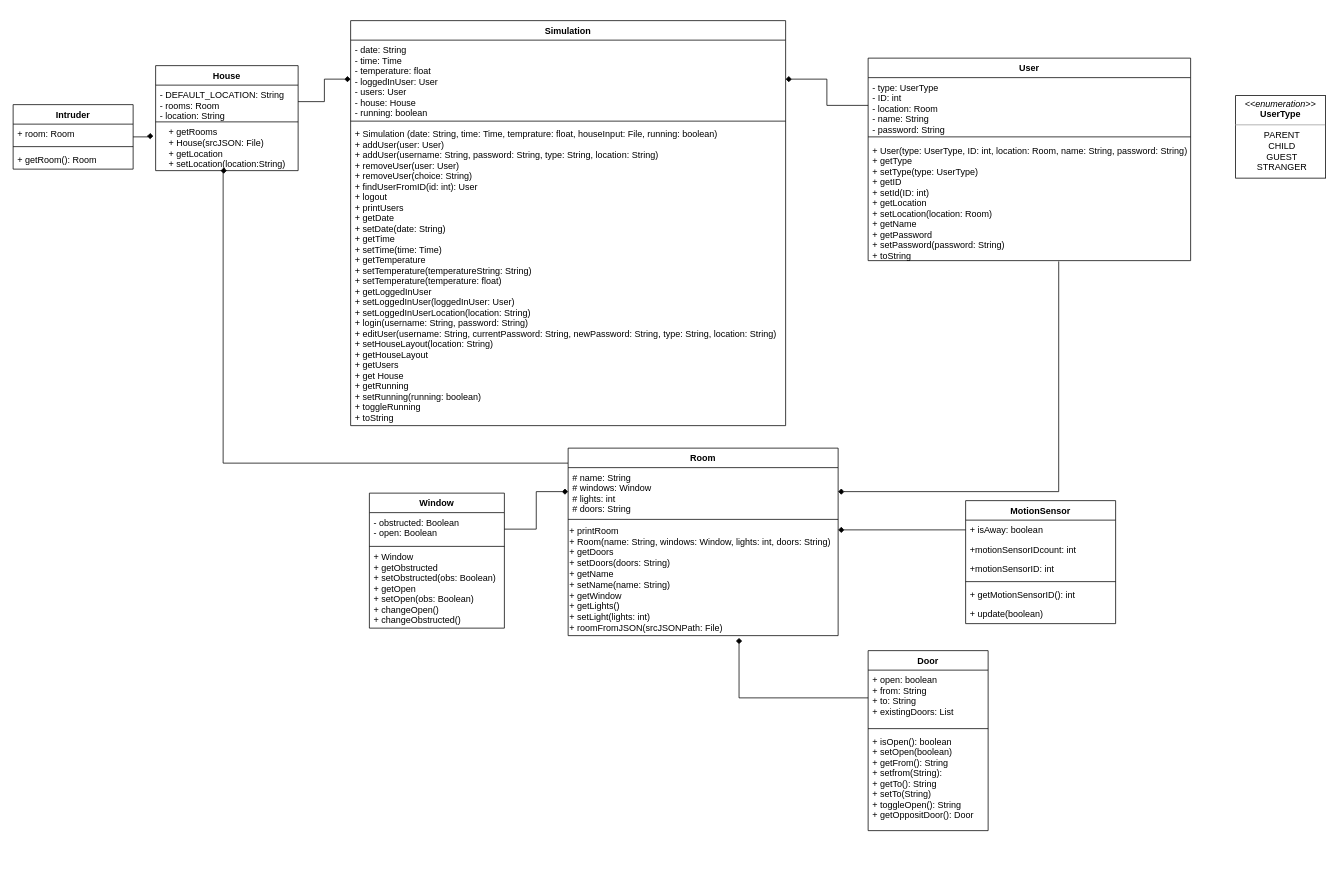
Before: page "class" (2 of 3) of diagrams/homeSysDiagrams.drawio in DGovi/soen343house, a draw.io diagram. Source tidied: cells renumbered, new cells numbered last; positions are measured from the earlier drawing's top-left corner, leaving out a move shared by most shapes. Both pictures are drawn from the tidied source at 75%, with x=0, y=0 at pixel (13, 20).
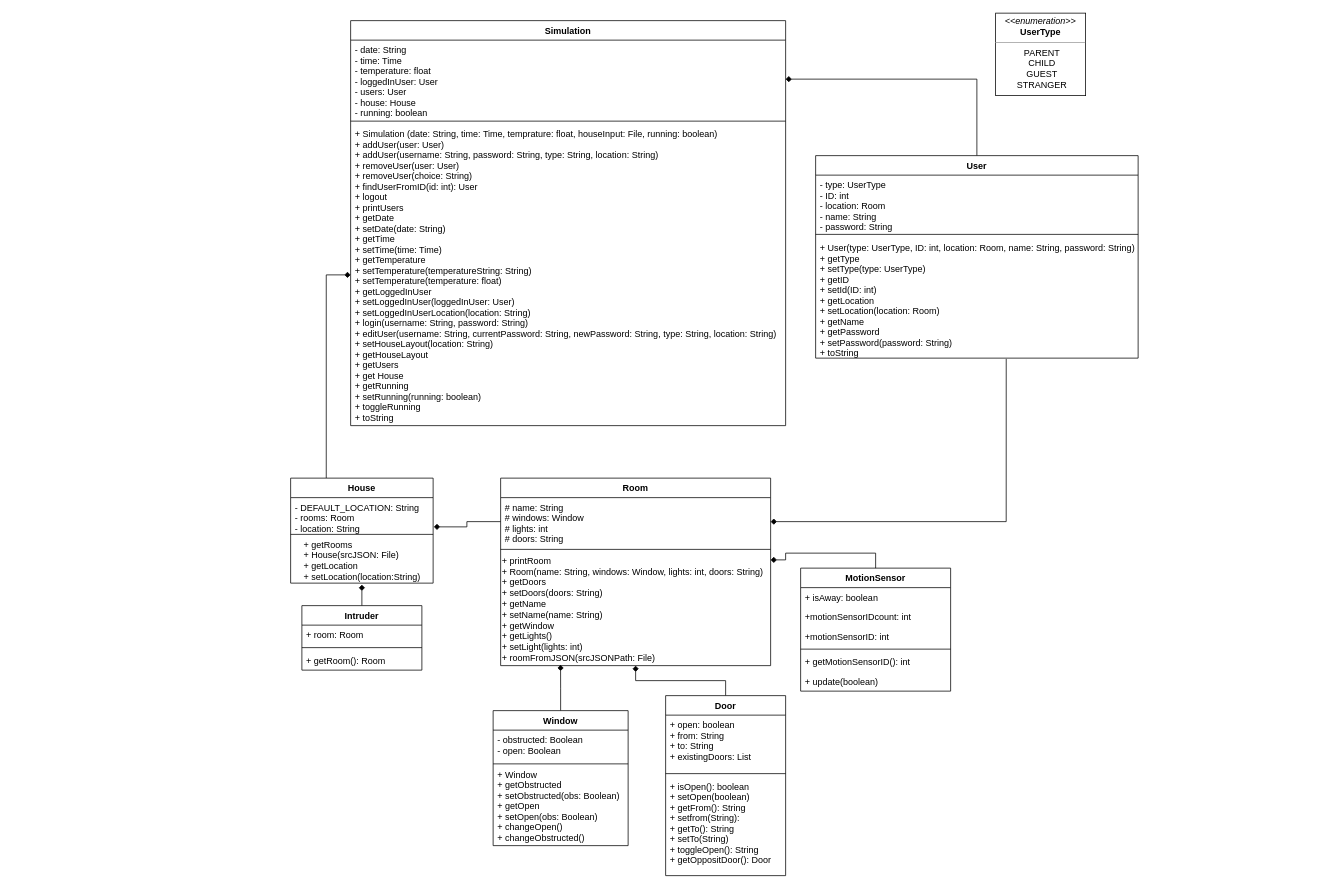
The same diagram, later.

Commit message:
neater class diagram update

The change refers to these unchanged cells:
```xml
<mxCell id="5" value="- date: String&#10;- time: Time&#10;- temperature: float&#10;- loggedInUser: User&#10;- users: User&#10;- house: House&#10;- running: boolean&#10;" style="text;strokeColor=none;fillColor=none;align=left;verticalAlign=top;spacingLeft=4;spacingRight=4;overflow=hidden;points=[[0,0.5],[1,0.5]];portConstraint=eastwest;" parent="4" vertex="1">
  <mxGeometry y="26" width="580" height="104" as="geometry" />
</mxCell>
<mxCell id="7" value="+ Simulation (date: String, time: Time, temprature: float, houseInput: File, running: boolean)&#10;+ addUser(user: User)&#10;+ addUser(username: String, password: String, type: String, location: String)&#10;+ removeUser(user: User)&#10;+ removeUser(choice: String)&#10;+ findUserFromID(id: int): User&#10;+ logout&#10;+ printUsers&#10;+ getDate&#10;+ setDate(date: String)&#10;+ getTime&#10;+ setTime(time: Time)&#10;+ getTemperature&#10;+ setTemperature(temperatureString: String)&#10;+ setTemperature(temperature: float)&#10;+ getLoggedInUser&#10;+ setLoggedInUser(loggedInUser: User)&#10;+ setLoggedInUserLocation(location: String)&#10;+ login(username: String, password: String)&#10;+ editUser(username: String, currentPassword: String, newPassword: String, type: String, location: String)&#10;+ setHouseLayout(location: String)&#10;+ getHouseLayout&#10;+ getUsers&#10;+ get House&#10;+ getRunning&#10;+ setRunning(running: boolean)&#10;+ toggleRunning&#10;+ toString&#10;" style="text;strokeColor=none;fillColor=none;align=left;verticalAlign=top;spacingLeft=4;spacingRight=4;overflow=hidden;points=[[0,0.5],[1,0.5]];portConstraint=eastwest;" parent="4" vertex="1">
  <mxGeometry y="138" width="580" height="402" as="geometry" />
</mxCell>
<mxCell id="9" value="- type: UserType&#10;- ID: int&#10;- location: Room&#10;- name: String&#10;- password: String&#10;&#10;" style="text;strokeColor=none;fillColor=none;align=left;verticalAlign=top;spacingLeft=4;spacingRight=4;overflow=hidden;points=[[0,0.5],[1,0.5]];portConstraint=eastwest;" parent="8" vertex="1">
  <mxGeometry y="26" width="430" height="74" as="geometry" />
</mxCell>
<mxCell id="17" value="# name: String&#10;# windows: Window&#10;# lights: int&#10;# doors: String&#10;" style="text;strokeColor=none;fillColor=none;align=left;verticalAlign=top;spacingLeft=4;spacingRight=4;overflow=hidden;points=[[0,0.5],[1,0.5]];portConstraint=eastwest;" parent="16" vertex="1">
  <mxGeometry y="26" width="360" height="64" as="geometry" />
</mxCell>
<mxCell id="19" value="+ printRoom&lt;br&gt;+ Room(name: String, windows: Window, lights: int, doors: String)&lt;br&gt;+ getDoors&lt;br&gt;+ setDoors(doors: String)&lt;br&gt;+ getName&lt;br&gt;+ setName(name: String)&lt;br&gt;+ getWindow&lt;br&gt;+ getLights()&lt;br&gt;+ setLight(lights: int)&lt;br&gt;+ roomFromJSON(srcJSONPath: File)" style="text;html=1;align=left;verticalAlign=middle;points=[];" parent="16" vertex="1">
  <mxGeometry y="100" width="360" height="150" as="geometry" />
</mxCell>
<mxCell id="21" value="- obstructed: Boolean&#10;- open: Boolean" style="text;strokeColor=none;fillColor=none;align=left;verticalAlign=top;spacingLeft=4;spacingRight=4;overflow=hidden;points=[[0,0.5],[1,0.5]];portConstraint=eastwest;" parent="20" vertex="1">
  <mxGeometry y="26" width="180" height="44" as="geometry" />
</mxCell>
<mxCell id="25" value="- DEFAULT_LOCATION: String&#10;- rooms: Room&#10;- location: String" style="text;strokeColor=none;fillColor=none;align=left;verticalAlign=top;spacingLeft=4;spacingRight=4;overflow=hidden;points=[[0,0.5],[1,0.5]];portConstraint=eastwest;" parent="24" vertex="1">
  <mxGeometry y="26" width="190" height="44" as="geometry" />
</mxCell>
<mxCell id="27" value="&lt;div style=&quot;text-align: left&quot;&gt;&lt;span&gt;+ getRooms&lt;/span&gt;&lt;/div&gt;&lt;div style=&quot;text-align: left&quot;&gt;&lt;span&gt;+ House(srcJSON: File)&lt;/span&gt;&lt;/div&gt;&lt;div style=&quot;text-align: left&quot;&gt;&lt;span&gt;+ getLocation&lt;/span&gt;&lt;/div&gt;&lt;div style=&quot;text-align: left&quot;&gt;&lt;span&gt;+ setLocation(location:String)&lt;/span&gt;&lt;/div&gt;" style="text;html=1;align=center;verticalAlign=middle;points=[];" parent="24" vertex="1">
  <mxGeometry y="80" width="190" height="60" as="geometry" />
</mxCell>
<mxCell id="29" value="+ isAway: boolean" style="text;strokeColor=none;fillColor=none;align=left;verticalAlign=top;spacingLeft=4;spacingRight=4;overflow=hidden;points=[[0,0.5],[1,0.5]];portConstraint=eastwest;" parent="28" vertex="1">
  <mxGeometry y="26" width="200" height="26" as="geometry" />
</mxCell>
<mxCell id="36" value="+ open: boolean&#10;+ from: String&#10;+ to: String&#10;+ existingDoors: List&#10;&#10;" style="text;strokeColor=none;fillColor=none;align=left;verticalAlign=top;spacingLeft=4;spacingRight=4;overflow=hidden;points=[[0,0.5],[1,0.5]];portConstraint=eastwest;" parent="35" vertex="1">
  <mxGeometry y="26" width="160" height="74" as="geometry" />
</mxCell>
```

The edit, as a diff of the source:
```diff
@@
-    <mxCell id="2" style="edgeStyle=orthogonalEdgeStyle;rounded=0;jettySize=auto;html=1;startArrow=none;startFill=0;endArrow=diamond;endFill=1;strokeColor=#000000;entryX=0.5;entryY=1;entryDx=0;entryDy=0;" parent="1" edge="1" source="16" target="24">
-      <mxGeometry relative="1" as="geometry">
-        <Array as="points">
-          <mxPoint x="280" y="590" />
-          <mxPoint x="280" y="200" />
-        </Array>
-      </mxGeometry>
-    </mxCell>
-    <mxCell id="3" style="rounded=0;jettySize=auto;html=1;entryX=1;entryY=0.5;entryDx=0;entryDy=0;edgeStyle=orthogonalEdgeStyle;endArrow=diamond;endFill=1;startArrow=none;startFill=0;" parent="1" edge="1" source="9" target="5">
+    <mxCell id="3" style="rounded=0;jettySize=auto;html=1;entryX=1;entryY=0.5;entryDx=0;entryDy=0;edgeStyle=orthogonalEdgeStyle;endArrow=diamond;endFill=1;startArrow=none;startFill=0;exitX=0.5;exitY=0;exitDx=0;exitDy=0;" parent="1" edge="1" source="8" target="5">
       <mxGeometry relative="1" as="geometry" />
     </mxCell>
@@
     <mxCell id="8" value="User" style="swimlane;fontStyle=1;align=center;verticalAlign=top;horizontal=1;startSize=26;" parent="1" vertex="1">
-      <mxGeometry x="1140" y="50" width="430" height="270" as="geometry" />
+      <mxGeometry x="1070" y="180" width="430" height="270" as="geometry" />
     </mxCell>
@@
     <mxCell id="12" value="&lt;p style=&quot;margin: 0px ; margin-top: 4px ; text-align: center&quot;&gt;&lt;i&gt;&amp;lt;&amp;lt;enumeration&amp;gt;&amp;gt;&lt;/i&gt;&lt;br&gt;&lt;b&gt;UserType&lt;/b&gt;&lt;/p&gt;&lt;hr size=&quot;1&quot;&gt;&lt;p style=&quot;text-align: center ; margin: 0px 0px 0px 4px&quot;&gt;PARENT&lt;/p&gt;&lt;p style=&quot;text-align: center ; margin: 0px 0px 0px 4px&quot;&gt;CHILD&lt;/p&gt;&lt;p style=&quot;text-align: center ; margin: 0px 0px 0px 4px&quot;&gt;GUEST&lt;/p&gt;&lt;p style=&quot;text-align: center ; margin: 0px 0px 0px 4px&quot;&gt;STRANGER&lt;/p&gt;" style="verticalAlign=top;align=left;overflow=fill;fontSize=12;fontFamily=Helvetica;html=1;" parent="1" vertex="1">
-      <mxGeometry x="1630" y="100" width="120" height="110" as="geometry" />
+      <mxGeometry x="1310" y="-10" width="120" height="110" as="geometry" />
     </mxCell>
-    <mxCell id="13" style="edgeStyle=orthogonalEdgeStyle;rounded=0;jettySize=auto;html=1;startArrow=none;startFill=0;endArrow=diamond;endFill=1;strokeColor=#000000;entryX=0;entryY=0.5;entryDx=0;entryDy=0;exitX=1;exitY=0.5;exitDx=0;exitDy=0;" parent="1" edge="1" source="21" target="17">
-      <mxGeometry relative="1" as="geometry" />
-    </mxCell>
-    <mxCell id="14" style="edgeStyle=orthogonalEdgeStyle;rounded=0;jettySize=auto;html=1;startArrow=none;startFill=0;endArrow=diamond;endFill=1;strokeColor=#000000;entryX=0;entryY=0.5;entryDx=0;entryDy=0;exitX=1;exitY=0.5;exitDx=0;exitDy=0;" parent="1" edge="1" source="25" target="5">
-      <mxGeometry relative="1" as="geometry" />
-    </mxCell>
@@
     <mxCell id="16" value="Room" style="swimlane;fontStyle=1;align=center;verticalAlign=top;horizontal=1;startSize=26;" parent="1" vertex="1">
-      <mxGeometry x="740" y="570" width="360" height="250" as="geometry" />
+      <mxGeometry x="650" y="610" width="360" height="250" as="geometry" />
     </mxCell>
@@
+    <mxCell id="46" style="edgeStyle=orthogonalEdgeStyle;rounded=0;jettySize=auto;html=1;exitX=0.5;exitY=0;exitDx=0;exitDy=0;entryX=0.222;entryY=0.993;entryDx=0;entryDy=0;entryPerimeter=0;endArrow=diamond;endFill=1;" parent="1" edge="1" source="20" target="19">
+      <mxGeometry relative="1" as="geometry" />
+    </mxCell>
     <mxCell id="20" value="Window" style="swimlane;fontStyle=1;align=center;verticalAlign=top;horizontal=1;startSize=26;" parent="1" vertex="1">
-      <mxGeometry x="475" y="630" width="180" height="180" as="geometry" />
+      <mxGeometry x="640" y="920" width="180" height="180" as="geometry" />
     </mxCell>
@@
+    <mxCell id="47" style="edgeStyle=orthogonalEdgeStyle;rounded=0;jettySize=auto;html=1;exitX=0.25;exitY=0;exitDx=0;exitDy=0;endArrow=diamond;endFill=1;" parent="1" edge="1" source="24" target="7">
+      <mxGeometry relative="1" as="geometry" />
+    </mxCell>
     <mxCell id="24" value="House" style="swimlane;fontStyle=1;align=center;verticalAlign=top;horizontal=1;startSize=26;" parent="1" vertex="1">
-      <mxGeometry x="190" y="60" width="190" height="140" as="geometry" />
+      <mxGeometry x="370" y="610" width="190" height="140" as="geometry" />
     </mxCell>
@@
     <mxCell id="28" value="MotionSensor" style="swimlane;fontStyle=1;align=center;verticalAlign=top;horizontal=1;startSize=26;" parent="1" vertex="1">
-      <mxGeometry x="1270" y="640" width="200" height="164" as="geometry" />
+      <mxGeometry x="1050" y="730" width="200" height="164" as="geometry" />
     </mxCell>
@@
+    <mxCell id="48" style="edgeStyle=orthogonalEdgeStyle;rounded=0;jettySize=auto;html=1;endArrow=diamond;endFill=1;" parent="1" edge="1" source="35" target="19">
+      <mxGeometry relative="1" as="geometry" />
+    </mxCell>
     <mxCell id="35" value="Door" style="swimlane;fontStyle=1;align=center;verticalAlign=top;horizontal=1;startSize=26;" parent="1" vertex="1">
-      <mxGeometry x="1140" y="840" width="160" height="240" as="geometry" />
+      <mxGeometry x="870" y="900" width="160" height="240" as="geometry" />
     </mxCell>
@@
-    <mxCell id="39" style="edgeStyle=orthogonalEdgeStyle;rounded=0;jettySize=auto;html=1;entryX=0.633;entryY=1.02;entryDx=0;entryDy=0;entryPerimeter=0;endArrow=diamond;endFill=1;" parent="1" edge="1" source="36" target="19">
-      <mxGeometry relative="1" as="geometry" />
-    </mxCell>
-    <mxCell id="40" style="edgeStyle=orthogonalEdgeStyle;rounded=0;jettySize=auto;html=1;entryX=1;entryY=0.06;entryDx=0;entryDy=0;entryPerimeter=0;endArrow=diamond;endFill=1;" parent="1" edge="1" source="29" target="19">
+    <mxCell id="40" style="edgeStyle=orthogonalEdgeStyle;rounded=0;jettySize=auto;html=1;entryX=1;entryY=0.06;entryDx=0;entryDy=0;entryPerimeter=0;endArrow=diamond;endFill=1;exitX=0.5;exitY=0;exitDx=0;exitDy=0;" parent="1" edge="1" source="28" target="19">
       <mxGeometry relative="1" as="geometry" />
     </mxCell>
-    <mxCell id="41" style="edgeStyle=orthogonalEdgeStyle;rounded=0;jettySize=auto;html=1;entryX=-0.016;entryY=0.233;entryDx=0;entryDy=0;entryPerimeter=0;endArrow=diamond;endFill=1;" parent="1" edge="1" source="42" target="27">
+    <mxCell id="41" style="edgeStyle=orthogonalEdgeStyle;rounded=0;jettySize=auto;html=1;exitX=0.5;exitY=0;exitDx=0;exitDy=0;entryX=0.5;entryY=1.033;entryDx=0;entryDy=0;entryPerimeter=0;endArrow=diamond;endFill=1;" parent="1" edge="1" source="42" target="27">
       <mxGeometry relative="1" as="geometry" />
     </mxCell>
     <mxCell id="42" value="Intruder" style="swimlane;fontStyle=1;align=center;verticalAlign=top;horizontal=1;startSize=26;" parent="1" vertex="1">
-      <mxGeometry y="112" width="160" height="86" as="geometry" />
+      <mxGeometry x="385" y="780" width="160" height="86" as="geometry" />
     </mxCell>
@@
+    <mxCell id="49" style="edgeStyle=orthogonalEdgeStyle;rounded=0;jettySize=auto;html=1;exitX=0;exitY=0.5;exitDx=0;exitDy=0;entryX=1.005;entryY=0.886;entryDx=0;entryDy=0;entryPerimeter=0;endArrow=diamond;endFill=1;" parent="1" edge="1" source="17" target="25">
+      <mxGeometry relative="1" as="geometry" />
+    </mxCell>
```
